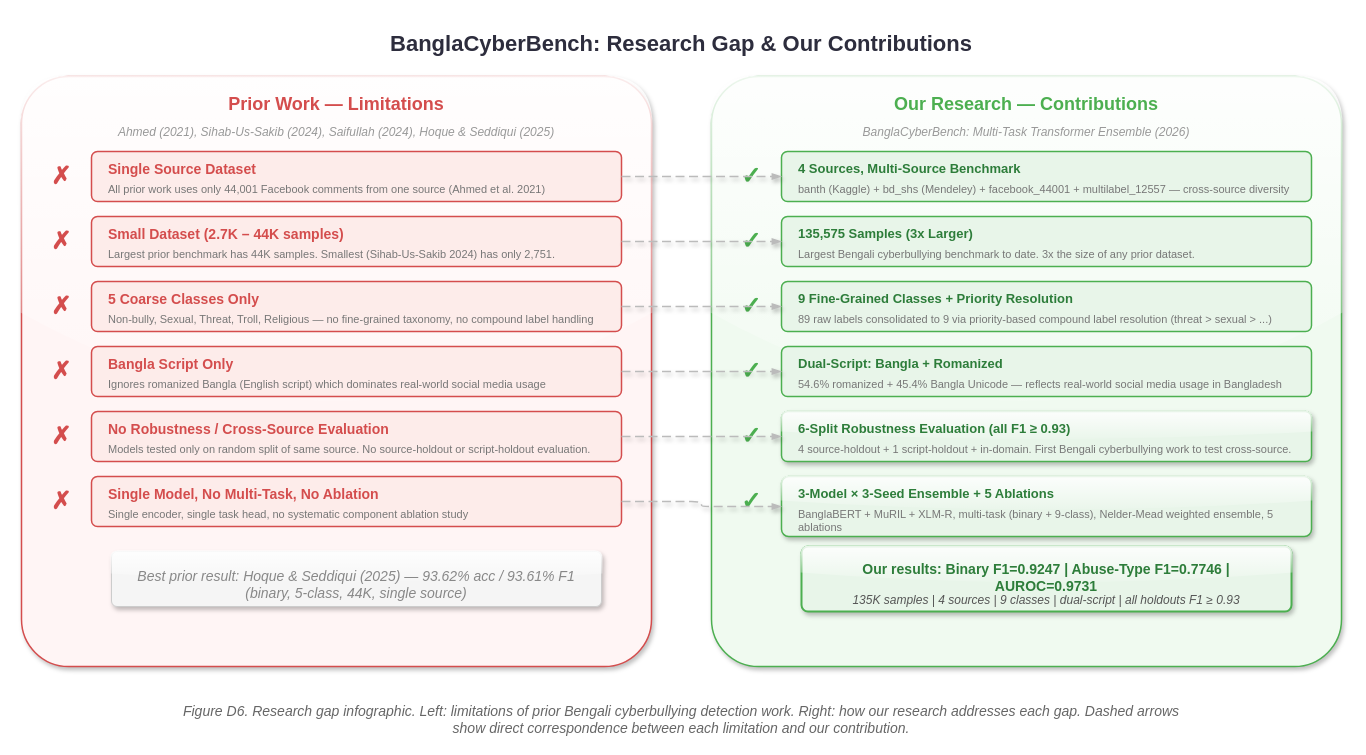
The draw.io diagram CyberD6.drawio in Sefayet-Alam/Research-Related, before the edit. Source tidied: cells renumbered, new cells numbered last; positions are measured from the earlier drawing's top-left corner, leaving out a move shared by most shapes. Both pictures are drawn from the tidied source at 100%, with x=0, y=0 at pixel (21, 21).
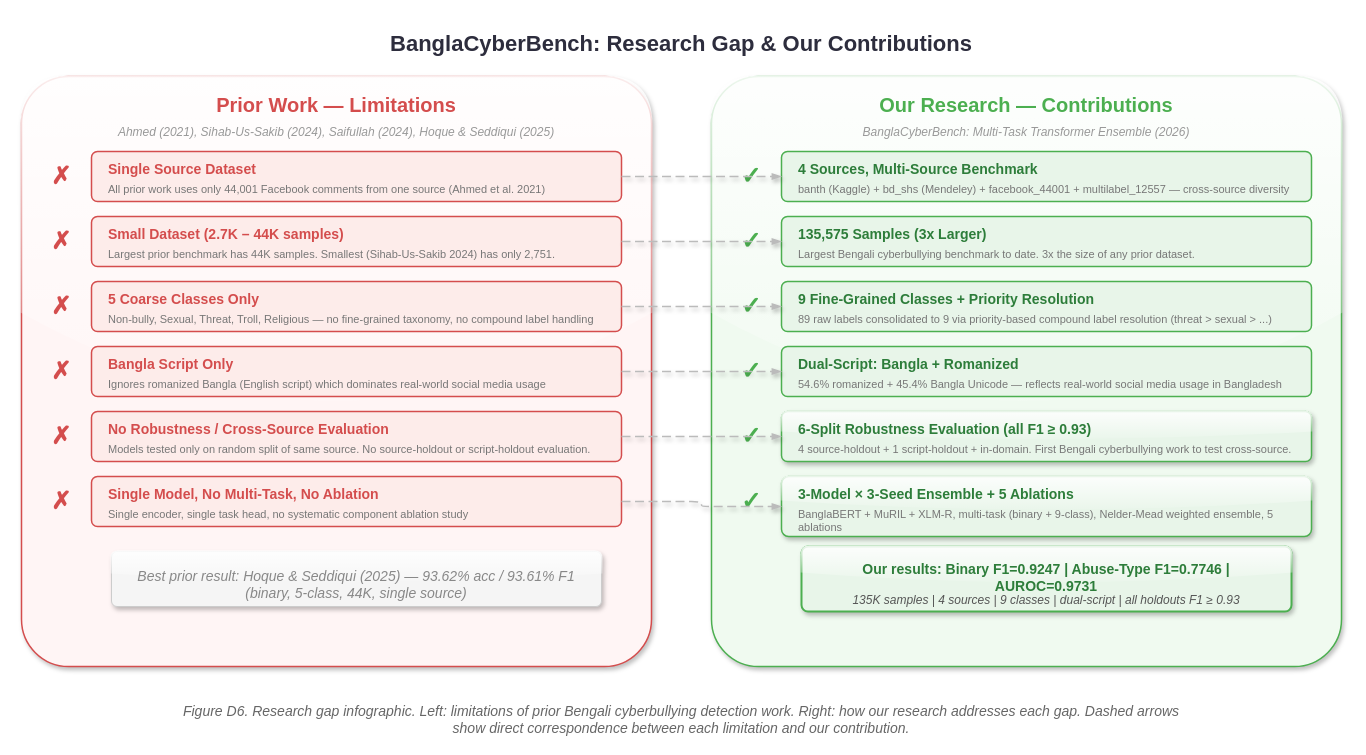
The same page after the edit.

Change to the diagram source:
```diff
@@
-<mxGraphModel>
+<mxGraphModel background="#ffffff">
@@
-    <mxCell id="2" value="BanglaCyberBench: Research Gap &amp; Our Contributions" style="text;whiteSpace=wrap;fontSize=22;fontStyle=1;fontFamily=Arial;fontColor=#2D2D3D;align=center;verticalAlign=middle;shadow=1;" parent="1" vertex="1">
+    <mxCell id="2" value="BanglaCyberBench: Research Gap &amp; Our Contributions" style="text;whiteSpace=wrap;fontSize=22;fontStyle=1;fontFamily=Helvetica;fontColor=#2D2D3D;align=center;verticalAlign=middle;shadow=1;" parent="1" vertex="1">
       <mxGeometry x="160" width="1000" height="45" as="geometry" />
     </mxCell>
@@
-    <mxCell id="5" value="Prior Work — Limitations" style="text;whiteSpace=wrap;fontSize=18;fontStyle=1;fontFamily=Arial;fontColor=#D44D4D;align=center;verticalAlign=middle;shadow=1;" parent="1" vertex="1">
+    <mxCell id="5" value="Prior Work — Limitations" style="text;whiteSpace=wrap;fontSize=20;fontStyle=1;fontFamily=Arial;fontColor=#D44D4D;align=center;verticalAlign=middle;shadow=1;" parent="1" vertex="1">
       <mxGeometry x="100" y="65" width="430" height="35" as="geometry" />
     </mxCell>
@@
-    <mxCell id="34" value="Our Research — Contributions" style="text;whiteSpace=wrap;fontSize=18;fontStyle=1;fontFamily=Arial;fontColor=#4CAF50;align=center;verticalAlign=middle;shadow=1;" parent="1" vertex="1">
+    <mxCell id="34" value="Our Research — Contributions" style="text;whiteSpace=wrap;fontSize=20;fontStyle=1;fontFamily=Arial;fontColor=#4CAF50;align=center;verticalAlign=middle;shadow=1;" parent="1" vertex="1">
       <mxGeometry x="790" y="65" width="430" height="35" as="geometry" />
     </mxCell>
@@
-    <mxCell id="38" value="4 Sources, Multi-Source Benchmark" style="text;whiteSpace=wrap;fontSize=13;fontStyle=1;fontFamily=Arial;fontColor=#2D7D3A;align=left;" parent="1" vertex="1">
+    <mxCell id="38" value="4 Sources, Multi-Source Benchmark" style="text;whiteSpace=wrap;fontSize=14;fontStyle=1;fontFamily=Arial;fontColor=#2D7D3A;align=left;" parent="1" vertex="1">
       <mxGeometry x="775" y="133" width="400" height="20" as="geometry" />
     </mxCell>
@@
-    <mxCell id="42" value="135,575 Samples (3x Larger)" style="text;whiteSpace=wrap;fontSize=13;fontStyle=1;fontFamily=Arial;fontColor=#2D7D3A;align=left;" parent="1" vertex="1">
+    <mxCell id="42" value="135,575 Samples (3x Larger)" style="text;whiteSpace=wrap;fontSize=14;fontStyle=1;fontFamily=Arial;fontColor=#2D7D3A;align=left;" parent="1" vertex="1">
       <mxGeometry x="775" y="198" width="400" height="20" as="geometry" />
     </mxCell>
@@
-    <mxCell id="46" value="9 Fine-Grained Classes + Priority Resolution" style="text;whiteSpace=wrap;fontSize=13;fontStyle=1;fontFamily=Arial;fontColor=#2D7D3A;align=left;" parent="1" vertex="1">
+    <mxCell id="46" value="9 Fine-Grained Classes + Priority Resolution" style="text;whiteSpace=wrap;fontSize=14;fontStyle=1;fontFamily=Arial;fontColor=#2D7D3A;align=left;" parent="1" vertex="1">
       <mxGeometry x="775" y="263" width="400" height="20" as="geometry" />
     </mxCell>
@@
-    <mxCell id="50" value="Dual-Script: Bangla + Romanized" style="text;whiteSpace=wrap;fontSize=13;fontStyle=1;fontFamily=Arial;fontColor=#2D7D3A;align=left;" parent="1" vertex="1">
+    <mxCell id="50" value="Dual-Script: Bangla + Romanized" style="text;whiteSpace=wrap;fontSize=14;fontStyle=1;fontFamily=Arial;fontColor=#2D7D3A;align=left;" parent="1" vertex="1">
       <mxGeometry x="775" y="328" width="400" height="20" as="geometry" />
     </mxCell>
@@
-    <mxCell id="54" value="6-Split Robustness Evaluation (all F1 ≥ 0.93)" style="text;whiteSpace=wrap;fontSize=13;fontStyle=1;fontFamily=Arial;fontColor=#2D7D3A;align=left;" parent="1" vertex="1">
+    <mxCell id="54" value="6-Split Robustness Evaluation (all F1 ≥ 0.93)" style="text;whiteSpace=wrap;fontSize=14;fontStyle=1;fontFamily=Arial;fontColor=#2D7D3A;align=left;" parent="1" vertex="1">
       <mxGeometry x="775" y="393" width="450" height="20" as="geometry" />
     </mxCell>
@@
-    <mxCell id="58" value="3-Model × 3-Seed Ensemble + 5 Ablations" style="text;whiteSpace=wrap;fontSize=13;fontStyle=1;fontFamily=Arial;fontColor=#2D7D3A;align=left;" parent="1" vertex="1">
+    <mxCell id="58" value="3-Model × 3-Seed Ensemble + 5 Ablations" style="text;whiteSpace=wrap;fontSize=14;fontStyle=1;fontFamily=Arial;fontColor=#2D7D3A;align=left;" parent="1" vertex="1">
       <mxGeometry x="775" y="458" width="400" height="20" as="geometry" />
     </mxCell>
```
